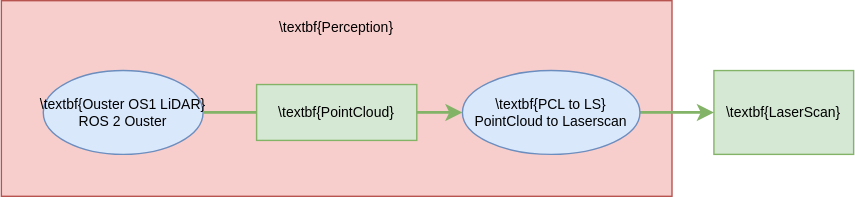
Before: Figures/figPerception.drawio.svg, a diagram exported from draw.io (orjano-max/ORJANOS_MASTER_REPO). Source tidied: cells renumbered, new cells last; positions are measured from the earlier drawing's top-left corner, leaving out a move shared by most shapes.
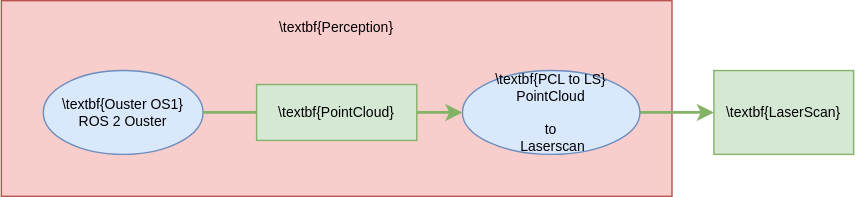
The same file after the commit.

Diff of the diagram source:
```diff
@@ -17,10 +17,10 @@
     <mxCell id="6" value="\textbf{PointCloud}" style="rounded=0;fillColor=#d5e8d4;strokeColor=#82b366;fontSize=10;" parent="1" vertex="1">
       <mxGeometry x="182.7" y="60" width="114.6" height="40" as="geometry" />
     </mxCell>
-    <mxCell id="7" value="\textbf{Ouster OS1 LiDAR}&#10;ROS 2 Ouster" style="ellipse;fillColor=#dae8fc;strokeColor=#6c8ebf;fontStyle=0;fontSize=10;" parent="1" vertex="1">
+    <mxCell id="7" value="\textbf{Ouster OS1}&#10;ROS 2 Ouster" style="ellipse;fillColor=#dae8fc;strokeColor=#6c8ebf;fontStyle=0;fontSize=10;" parent="1" vertex="1">
       <mxGeometry x="30" y="50" width="114.4" height="60" as="geometry" />
     </mxCell>
-    <mxCell id="8" value="\textbf{PCL to LS}&#10;PointCloud to Laserscan" style="ellipse;fillColor=#dae8fc;strokeColor=#6c8ebf;fontStyle=0;fontSize=10;" parent="1" vertex="1">
+    <mxCell id="8" value="\textbf{PCL to LS}&#10;PointCloud &#10;&#10;to&#10; Laserscan" style="ellipse;fillColor=#dae8fc;strokeColor=#6c8ebf;fontStyle=0;fontSize=10;" parent="1" vertex="1">
       <mxGeometry x="330" y="50" width="127.1" height="60" as="geometry" />
     </mxCell>
     <mxCell id="9" style="edgeStyle=orthogonalEdgeStyle;jettySize=auto;fillColor=#d5e8d4;strokeColor=#82b366;strokeWidth=2;rounded=1;exitX=1;exitY=0.5;exitDx=0;exitDy=0;entryX=0;entryY=0.5;entryDx=0;entryDy=0;endArrow=none;endFill=0;fontSize=10;" parent="1" edge="1" source="7" target="6">
```
